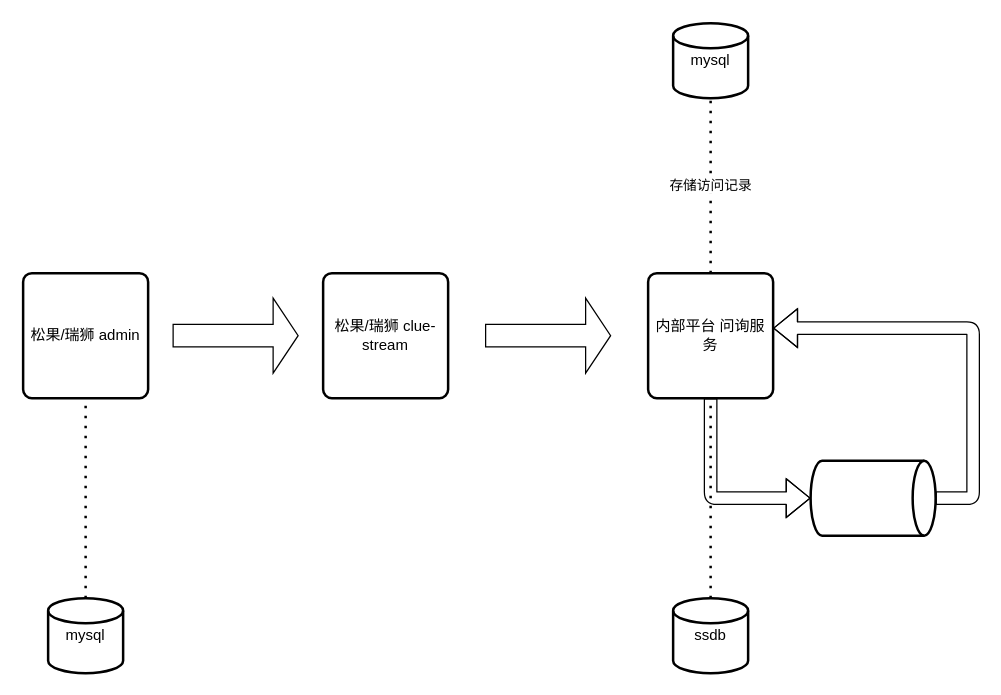
Before: 问询任务.drawio in hack0303/draw.io-store, a draw.io diagram. Source tidied: cells renumbered, new cells numbered last; positions are measured from the earlier drawing's top-left corner, leaving out a move shared by most shapes. Both pictures are drawn from the tidied source at 125%, with x=0, y=0 at pixel (22, 22).
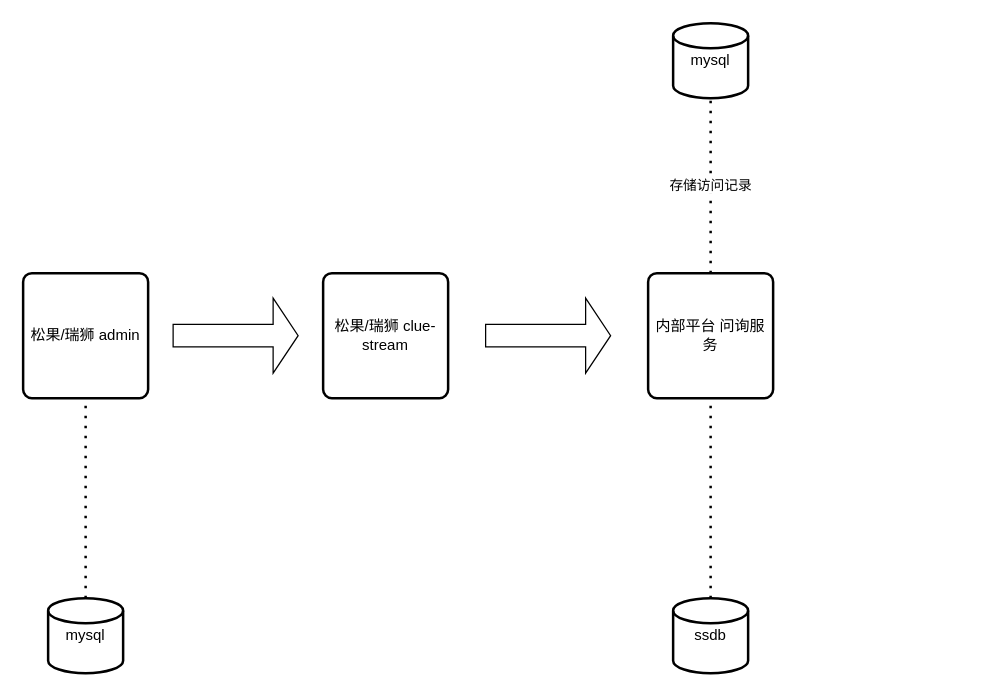
The same page after the edit.

Diff of the diagram source:
```diff
@@
 <mxGraphModel>
   <root>
     <mxCell id="0" />
     <mxCell id="1" parent="0" />
     <mxCell id="2" value="松果/瑞狮 admin" style="rounded=1;whiteSpace=wrap;html=1;absoluteArcSize=1;arcSize=14;strokeWidth=2;" parent="1" vertex="1">
       <mxGeometry y="200" width="100" height="100" as="geometry" />
     </mxCell>
     <mxCell id="3" value="ssdb" style="strokeWidth=2;html=1;shape=mxgraph.flowchart.database;whiteSpace=wrap;" parent="1" vertex="1">
       <mxGeometry x="520" y="460" width="60" height="60" as="geometry" />
     </mxCell>
     <mxCell id="4" value="内部平台 问询服务" style="rounded=1;whiteSpace=wrap;html=1;absoluteArcSize=1;arcSize=14;strokeWidth=2;" parent="1" vertex="1">
       <mxGeometry x="500" y="200" width="100" height="100" as="geometry" />
     </mxCell>
     <mxCell id="5" value="松果/瑞狮 clue-stream" style="rounded=1;whiteSpace=wrap;html=1;absoluteArcSize=1;arcSize=14;strokeWidth=2;" parent="1" vertex="1">
       <mxGeometry x="240" y="200" width="100" height="100" as="geometry" />
     </mxCell>
     <mxCell id="6" value="mysql" style="strokeWidth=2;html=1;shape=mxgraph.flowchart.database;whiteSpace=wrap;" parent="1" vertex="1">
       <mxGeometry x="20" y="460" width="60" height="60" as="geometry" />
     </mxCell>
     <mxCell id="7" value="mysql" style="strokeWidth=2;html=1;shape=mxgraph.flowchart.database;whiteSpace=wrap;" parent="1" vertex="1">
       <mxGeometry x="520" width="60" height="60" as="geometry" />
     </mxCell>
-    <mxCell id="8" style="strokeWidth=2;html=1;shape=mxgraph.flowchart.direct_data;whiteSpace=wrap;" parent="1" vertex="1">
-      <mxGeometry x="630" y="350" width="100" height="60" as="geometry" />
-    </mxCell>
     <mxCell id="9" style="shape=singleArrow;whiteSpace=wrap;html=1;" parent="1" vertex="1">
       <mxGeometry x="120" y="220" width="100" height="60" as="geometry" />
     </mxCell>
     <mxCell id="10" style="shape=singleArrow;whiteSpace=wrap;html=1;" parent="1" vertex="1">
       <mxGeometry x="370" y="220" width="100" height="60" as="geometry" />
     </mxCell>
     <mxCell id="11" value="存储访问记录" style="endArrow=none;dashed=1;html=1;dashPattern=1 3;strokeWidth=2;entryX=0.5;entryY=1;entryDx=0;entryDy=0;entryPerimeter=0;exitX=0.5;exitY=0;exitDx=0;exitDy=0;" parent="1" edge="1" source="4" target="7">
       <mxGeometry relative="1" as="geometry" />
     </mxCell>
     <mxCell id="12" style="endArrow=none;dashed=1;html=1;dashPattern=1 3;strokeWidth=2;entryX=0.5;entryY=1;entryDx=0;entryDy=0;exitX=0.5;exitY=0;exitDx=0;exitDy=0;exitPerimeter=0;" parent="1" edge="1" source="6" target="2">
       <mxGeometry relative="1" as="geometry" />
     </mxCell>
     <mxCell id="13" style="endArrow=none;dashed=1;html=1;dashPattern=1 3;strokeWidth=2;exitX=0.5;exitY=0;exitDx=0;exitDy=0;exitPerimeter=0;edgeStyle=orthogonalEdgeStyle;entryX=0.5;entryY=1;entryDx=0;entryDy=0;" parent="1" edge="1" source="3" target="4">
       <mxGeometry relative="1" as="geometry" />
     </mxCell>
-    <mxCell id="14" style="shape=flexArrow;endArrow=classic;html=1;edgeStyle=orthogonalEdgeStyle;entryX=0;entryY=0.5;entryDx=0;entryDy=0;entryPerimeter=0;exitX=0.5;exitY=1;exitDx=0;exitDy=0;" parent="1" edge="1" source="4" target="8">
-      <mxGeometry relative="1" as="geometry" />
-    </mxCell>
-    <mxCell id="15" style="shape=flexArrow;endArrow=classic;html=1;exitX=1;exitY=0.5;exitDx=0;exitDy=0;exitPerimeter=0;entryX=1;entryY=0.44;entryDx=0;entryDy=0;entryPerimeter=0;edgeStyle=orthogonalEdgeStyle;" parent="1" edge="1" source="8" target="4">
-      <mxGeometry relative="1" as="geometry">
-        <Array as="points">
-          <mxPoint x="760" y="380" />
-          <mxPoint x="760" y="244" />
-        </Array>
-      </mxGeometry>
-    </mxCell>
   </root>
 </mxGraphModel>
```
